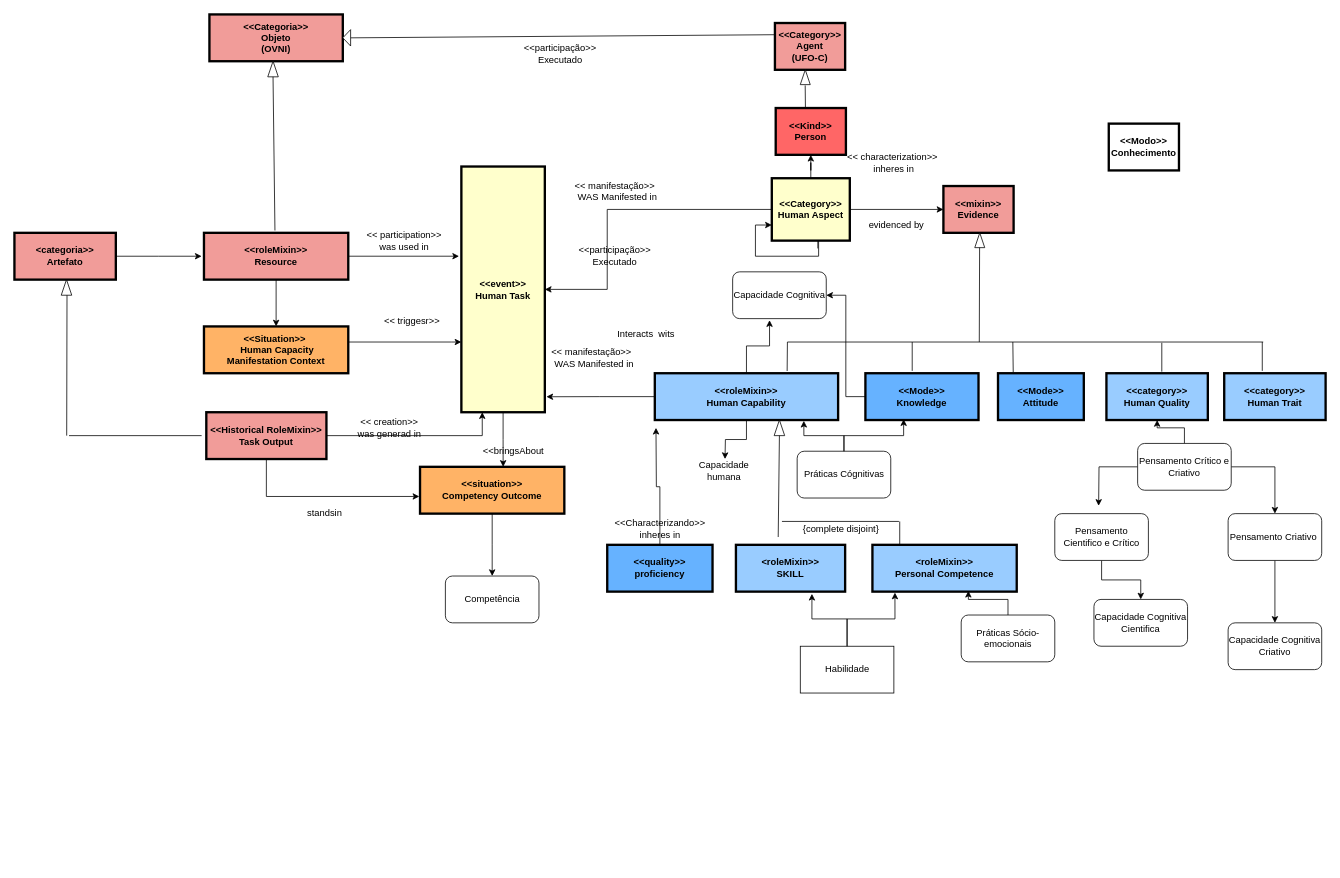
The draw.io diagram Ontologia de Competencias.drawio in RosianeSangali/RosianeSangali, before the edit. Source tidied: cells renumbered, new cells numbered last; positions are measured from the earlier drawing's top-left corner, leaving out a move shared by most shapes. Both pictures are drawn from the tidied source at 78%, with x=0, y=0 at pixel (14, 14).
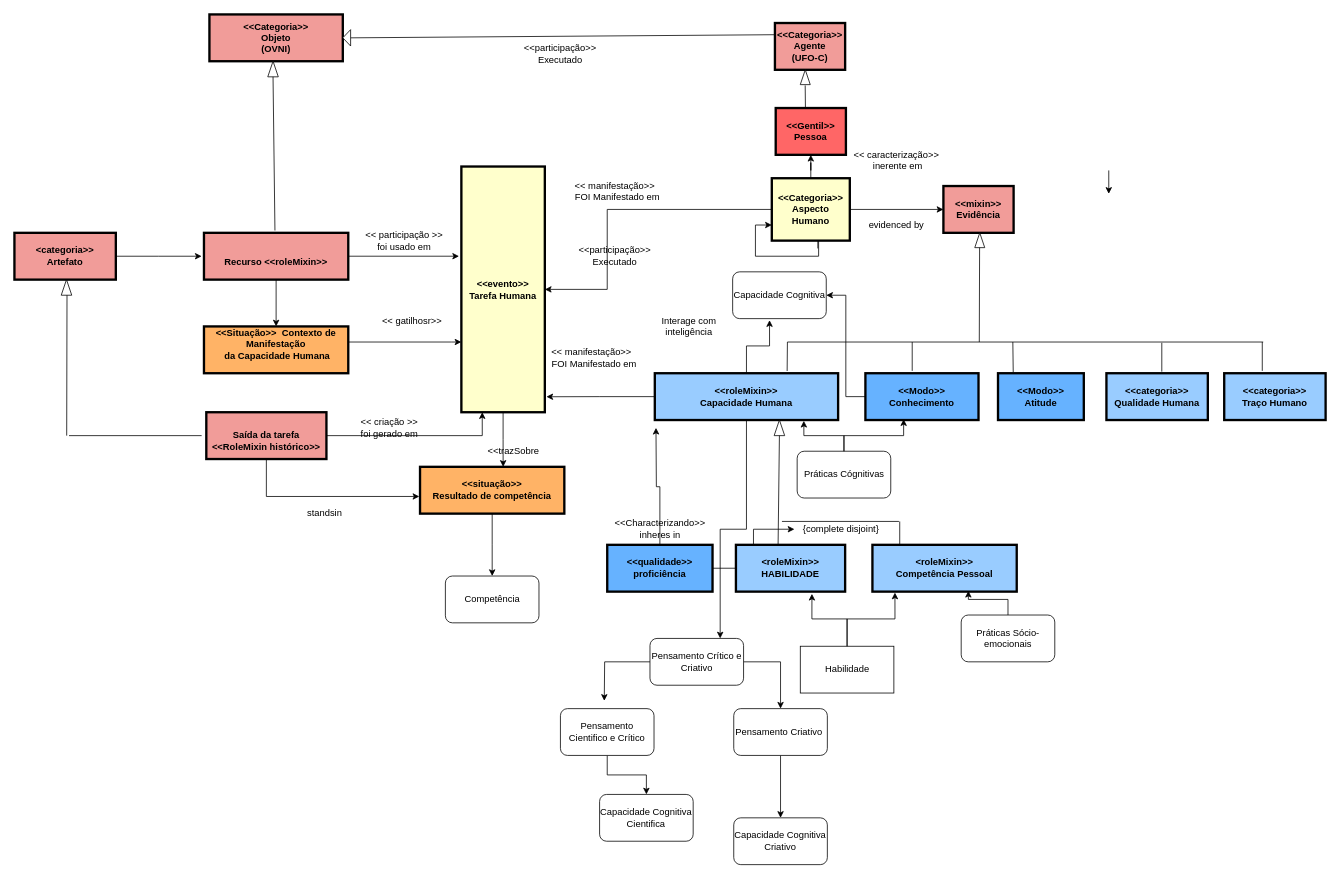
After the change.

The change refers to these unchanged cells:
```xml
<mxCell id="44" style="triangle;whiteSpace=wrap;html=1;direction=north;" parent="1" vertex="1">
  <mxGeometry x="974" y="520" width="13.5" height="20" as="geometry" />
</mxCell>
<mxCell id="56" value="{complete disjoint}" style="text;html=1;align=center;verticalAlign=middle;whiteSpace=wrap;rounded=0;" parent="1" vertex="1">
  <mxGeometry x="1000" y="640" width="120" height="40" as="geometry" />
</mxCell>
```

Diff of the diagram source:
```diff
@@
-    <mxCell id="2" value="&lt;&lt;event&gt;&gt;&#10;Human Task" style="whiteSpace=wrap;align=center;verticalAlign=middle;fontStyle=1;strokeWidth=3;fillColor=#FFFFCC;" parent="1" vertex="1">
+    <mxCell id="2" value="&lt;&lt;evento&gt;&gt; &#10;Tarefa Humana" style="whiteSpace=wrap;align=center;verticalAlign=middle;fontStyle=1;strokeWidth=3;fillColor=#FFFFCC;" parent="1" vertex="1">
       <mxGeometry x="573" y="195" width="107" height="315" as="geometry" />
     </mxCell>
@@
-    <mxCell id="4" value="&lt;&lt;Category&gt;&gt; &#10;Agent&#10;(UFO-C)" style="whiteSpace=wrap;align=center;verticalAlign=middle;fontStyle=1;strokeWidth=3;fillColor=#F19C99;" parent="1" vertex="1">
+    <mxCell id="4" value="&lt;&lt;Categoria&gt;&gt; &#10;Agente &#10;(UFO-C)" style="whiteSpace=wrap;align=center;verticalAlign=middle;fontStyle=1;strokeWidth=3;fillColor=#F19C99;" parent="1" vertex="1">
       <mxGeometry x="975" y="11" width="90" height="60" as="geometry" />
     </mxCell>
@@
-    <mxCell id="7" value="&lt;&lt;Kind&gt;&gt;&#10;Person" style="whiteSpace=wrap;align=center;verticalAlign=middle;fontStyle=1;strokeWidth=3;fillColor=#FF6666;" parent="1" vertex="1">
+    <mxCell id="7" value="&lt;&lt;Gentil&gt;&gt; &#10;Pessoa" style="whiteSpace=wrap;align=center;verticalAlign=middle;fontStyle=1;strokeWidth=3;fillColor=#FF6666;" parent="1" vertex="1">
       <mxGeometry x="976" y="120" width="90" height="60" as="geometry" />
     </mxCell>
@@
-    <mxCell id="12" value="&lt;&lt;Category&gt;&gt;&#10;Human Aspect" style="whiteSpace=wrap;align=center;verticalAlign=middle;fontStyle=1;strokeWidth=3;fillColor=#FFFFCC;" parent="1" vertex="1">
+    <mxCell id="12" value="&lt;&lt;Categoria&gt;&gt; &#10;Aspecto Humano" style="whiteSpace=wrap;align=center;verticalAlign=middle;fontStyle=1;strokeWidth=3;fillColor=#FFFFCC;" parent="1" vertex="1">
       <mxGeometry x="971" y="210" width="100" height="80" as="geometry" />
     </mxCell>
-    <mxCell id="13" value="&lt;&lt;mixin&gt;&gt;&#10;Evidence" style="whiteSpace=wrap;align=center;verticalAlign=middle;fontStyle=1;strokeWidth=3;fillColor=#F19C99;" parent="1" vertex="1">
+    <mxCell id="13" value="&lt;&lt;mixin&gt;&gt; &#10;Evidência" style="whiteSpace=wrap;align=center;verticalAlign=middle;fontStyle=1;strokeWidth=3;fillColor=#F19C99;" parent="1" vertex="1">
       <mxGeometry x="1191" y="220" width="90" height="60" as="geometry" />
     </mxCell>
@@
-    <mxCell id="15" style="edgeStyle=orthogonalEdgeStyle;rounded=0;jettySize=auto;html=1;" parent="1" edge="1" source="16">
-      <mxGeometry relative="1" as="geometry">
-        <mxPoint x="911" y="570" as="targetPoint" />
-      </mxGeometry>
+    <mxCell id="15" style="edgeStyle=orthogonalEdgeStyle;rounded=0;jettySize=auto;html=1;entryX=0.75;entryY=0;entryDx=0;entryDy=0;" parent="1" edge="1" source="16" target="85">
+      <mxGeometry relative="1" as="geometry" />
     </mxCell>
-    <mxCell id="16" value="&lt;&lt;roleMixin&gt;&gt;&#10;Human Capability" style="whiteSpace=wrap;align=center;verticalAlign=middle;fontStyle=1;strokeWidth=3;fillColor=#99CCFF;" parent="1" vertex="1">
+    <mxCell id="16" value="&lt;&lt;roleMixin&gt;&gt; &#10;Capacidade Humana" style="whiteSpace=wrap;align=center;verticalAlign=middle;fontStyle=1;strokeWidth=3;fillColor=#99CCFF;" parent="1" vertex="1">
       <mxGeometry x="821" y="460" width="235" height="60" as="geometry" />
     </mxCell>
@@
-    <mxCell id="18" value="&lt;&lt;Mode&gt;&gt;&#10;Knowledge" style="whiteSpace=wrap;align=center;verticalAlign=middle;fontStyle=1;strokeWidth=3;fillColor=#66B2FF;" parent="1" vertex="1">
+    <mxCell id="18" value="&lt;&lt;Modo&gt;&gt; &#10;Conhecimento" style="whiteSpace=wrap;align=center;verticalAlign=middle;fontStyle=1;strokeWidth=3;fillColor=#66B2FF;" parent="1" vertex="1">
       <mxGeometry x="1091" y="460" width="145" height="60" as="geometry" />
     </mxCell>
-    <mxCell id="19" value="&lt;&lt;Mode&gt;&gt;&#10;Attitude" style="whiteSpace=wrap;align=center;verticalAlign=middle;fontStyle=1;strokeWidth=3;fillColor=#66B2FF;" parent="1" vertex="1">
+    <mxCell id="19" value="&lt;&lt;Modo&gt;&gt; &#10;Atitude" style="whiteSpace=wrap;align=center;verticalAlign=middle;fontStyle=1;strokeWidth=3;fillColor=#66B2FF;" parent="1" vertex="1">
       <mxGeometry x="1261" y="460" width="110" height="60" as="geometry" />
     </mxCell>
-    <mxCell id="20" value="&lt;&lt;category&gt;&gt;&#10;Human Quality" style="whiteSpace=wrap;align=center;verticalAlign=middle;fontStyle=1;strokeWidth=3;fillColor=#99CCFF;" parent="1" vertex="1">
+    <mxCell id="20" value="&lt;&lt;categoria&gt;&gt; &#10;Qualidade Humana" style="whiteSpace=wrap;align=center;verticalAlign=middle;fontStyle=1;strokeWidth=3;fillColor=#99CCFF;" parent="1" vertex="1">
       <mxGeometry x="1400" y="460" width="130" height="60" as="geometry" />
     </mxCell>
-    <mxCell id="21" value="&lt;&lt;category&gt;&gt;&#10;Human Trait" style="whiteSpace=wrap;align=center;verticalAlign=middle;fontStyle=1;strokeWidth=3;fillColor=#99CCFF;" parent="1" vertex="1">
+    <mxCell id="21" value="&lt;&lt;categoria&gt;&gt; &#10;Traço Humano" style="whiteSpace=wrap;align=center;verticalAlign=middle;fontStyle=1;strokeWidth=3;fillColor=#99CCFF;" parent="1" vertex="1">
       <mxGeometry x="1551" y="460" width="130" height="60" as="geometry" />
     </mxCell>
@@
+    <mxCell id="95" style="edgeStyle=orthogonalEdgeStyle;rounded=0;jettySize=auto;html=1;" parent="1" edge="1" source="23" target="56">
+      <mxGeometry relative="1" as="geometry" />
+    </mxCell>
-    <mxCell id="23" value="&lt;&lt;quality&gt;&gt;&#10;proficiency" style="whiteSpace=wrap;align=center;verticalAlign=middle;fontStyle=1;strokeWidth=3;fillColor=#66B2FF;" parent="1" vertex="1">
+    <mxCell id="23" value="&lt;&lt;qualidade&gt;&gt; &#10;proficiência" style="whiteSpace=wrap;align=center;verticalAlign=middle;fontStyle=1;strokeWidth=3;fillColor=#66B2FF;" parent="1" vertex="1">
       <mxGeometry x="760" y="680" width="135" height="60" as="geometry" />
     </mxCell>
-    <mxCell id="24" value="&lt;roleMixin&gt;&gt;&#10;SKILL" style="whiteSpace=wrap;align=center;verticalAlign=middle;fontStyle=1;strokeWidth=3;fillColor=#99CCFF;" parent="1" vertex="1">
+    <mxCell id="24" value="&lt;roleMixin&gt;&gt; &#10;HABILIDADE" style="whiteSpace=wrap;align=center;verticalAlign=middle;fontStyle=1;strokeWidth=3;fillColor=#99CCFF;" parent="1" vertex="1">
       <mxGeometry x="925" y="680" width="140" height="60" as="geometry" />
     </mxCell>
-    <mxCell id="25" value="&lt;roleMixin&gt;&gt;&#10;Personal Competence" style="whiteSpace=wrap;align=center;verticalAlign=middle;fontStyle=1;strokeWidth=3;fillColor=#99CCFF;" parent="1" vertex="1">
+    <mxCell id="25" value="&lt;roleMixin&gt;&gt; &#10;Competência Pessoal" style="whiteSpace=wrap;align=center;verticalAlign=middle;fontStyle=1;strokeWidth=3;fillColor=#99CCFF;" parent="1" vertex="1">
       <mxGeometry x="1100" y="680" width="185" height="60" as="geometry" />
     </mxCell>
@@
-    <mxCell id="27" value="&lt;&lt;situation&gt;&gt;&#10;Competency Outcome" style="whiteSpace=wrap;align=center;verticalAlign=middle;fontStyle=1;strokeWidth=3;fillColor=#FFB366;" parent="1" vertex="1">
+    <mxCell id="27" value="&lt;&lt;situação&gt;&gt; &#10;Resultado de competência" style="whiteSpace=wrap;align=center;verticalAlign=middle;fontStyle=1;strokeWidth=3;fillColor=#FFB366;" parent="1" vertex="1">
       <mxGeometry x="520" y="580" width="185" height="60" as="geometry" />
     </mxCell>
@@
-    <mxCell id="29" value="&lt;&lt;Historical RoleMixin&gt;&gt;&#10;Task Output" style="whiteSpace=wrap;align=center;verticalAlign=middle;fontStyle=1;strokeWidth=3;fillColor=#F19C99;" parent="1" vertex="1">
+    <mxCell id="29" value="&#10;Saída da tarefa &lt;&lt;RoleMixin histórico&gt;&gt;" style="whiteSpace=wrap;align=center;verticalAlign=middle;fontStyle=1;strokeWidth=3;fillColor=#F19C99;" parent="1" vertex="1">
       <mxGeometry x="246" y="510" width="154" height="60" as="geometry" />
     </mxCell>
@@
-    <mxCell id="31" value="&lt;&lt;roleMixin&gt;&gt;&#10;Resource" style="whiteSpace=wrap;align=center;verticalAlign=middle;fontStyle=1;strokeWidth=3;fillColor=#F19C99;" parent="1" vertex="1">
+    <mxCell id="31" value="&#10;Recurso &lt;&lt;roleMixin&gt;&gt;" style="whiteSpace=wrap;align=center;verticalAlign=middle;fontStyle=1;strokeWidth=3;fillColor=#F19C99;" parent="1" vertex="1">
       <mxGeometry x="243" y="280" width="185" height="60" as="geometry" />
     </mxCell>
@@
-    <mxCell id="33" value="&lt;&lt;Situation&gt;&gt; &#10; Human Capacity&#10;Manifestation Context" style="whiteSpace=wrap;align=center;verticalAlign=middle;fontStyle=1;strokeWidth=3;fillColor=#FFB366;" parent="1" vertex="1">
+    <mxCell id="33" value="&lt;&lt;Situação&gt;&gt;  Contexto de Manifestação &#10; da Capacidade Humana&#10;" style="whiteSpace=wrap;align=center;verticalAlign=middle;fontStyle=1;strokeWidth=3;fillColor=#FFB366;" parent="1" vertex="1">
       <mxGeometry x="243" y="400" width="185" height="60" as="geometry" />
     </mxCell>
@@
-    <mxCell id="45" style="endArrow=none;html=1;rounded=0;entryX=0;entryY=0.5;entryDx=0;entryDy=0;" parent="1" edge="1" target="44">
-      <mxGeometry relative="1" as="geometry">
-        <mxPoint x="979.2" y="670" as="sourcePoint" />
-      </mxGeometry>
+    <mxCell id="45" style="endArrow=none;html=1;rounded=0;entryX=0;entryY=0.5;entryDx=0;entryDy=0;exitX=0.386;exitY=0.017;exitDx=0;exitDy=0;exitPerimeter=0;" parent="1" edge="1" source="24" target="44">
+      <mxGeometry relative="1" as="geometry" />
     </mxCell>
-    <mxCell id="46" value="&lt;&lt;Modo&gt;&gt; &#10;Conhecimento" style="whiteSpace=wrap;align=center;verticalAlign=middle;fontStyle=1;strokeWidth=3;fillColor=none;" parent="1" vertex="1">
-      <mxGeometry x="1403" y="140" width="90" height="60" as="geometry" />
-    </mxCell>
+    <mxCell id="96" style="edgeStyle=orthogonalEdgeStyle;rounded=0;orthogonalLoop=1;jettySize=auto;html=1;exitX=0;exitY=1;exitDx=0;exitDy=0;" parent="1" edge="1">
+      <mxGeometry relative="1" as="geometry">
+        <mxPoint x="1403" y="200" as="sourcePoint" />
+        <mxPoint x="1403" y="230" as="targetPoint" />
+      </mxGeometry>
+    </mxCell>
@@
-    <mxCell id="48" value="&amp;lt;&amp;lt; manifestação&amp;gt;&amp;gt;&lt;div&gt;&amp;nbsp; WAS Manifested in&lt;/div&gt;" style="text;html=1;align=center;verticalAlign=middle;whiteSpace=wrap;rounded=0;" parent="1" vertex="1">
+    <mxCell id="48" value="&amp;lt;&amp;lt; manifestação&amp;gt;&amp;gt;&lt;div&gt;&amp;nbsp; FOI Manifestado em&lt;/div&gt;" style="text;html=1;align=center;verticalAlign=middle;whiteSpace=wrap;rounded=0;" parent="1" vertex="1">
       <mxGeometry x="710" y="207" width="120" height="40" as="geometry" />
     </mxCell>
@@
-    <mxCell id="50" value="Interacts&amp;nbsp; wits" style="text;html=1;align=center;verticalAlign=middle;whiteSpace=wrap;rounded=0;" parent="1" vertex="1">
-      <mxGeometry x="750" y="390" width="120" height="40" as="geometry" />
+    <mxCell id="50" value="Interage com inteligência" style="text;html=1;align=center;verticalAlign=middle;whiteSpace=wrap;rounded=0;" parent="1" vertex="1">
+      <mxGeometry x="805" y="380" width="120" height="40" as="geometry" />
     </mxCell>
-    <mxCell id="51" value="&amp;lt;&amp;lt; manifestação&amp;gt;&amp;gt;&lt;div&gt;&amp;nbsp; WAS Manifested in&lt;/div&gt;" style="text;html=1;align=center;verticalAlign=middle;whiteSpace=wrap;rounded=0;" parent="1" vertex="1">
+    <mxCell id="51" value="&amp;lt;&amp;lt; manifestação&amp;gt;&amp;gt;&lt;div&gt;&amp;nbsp; FOI Manifestado em&lt;/div&gt;" style="text;html=1;align=center;verticalAlign=middle;whiteSpace=wrap;rounded=0;" parent="1" vertex="1">
       <mxGeometry x="680" y="420" width="120" height="40" as="geometry" />
     </mxCell>
-    <mxCell id="52" value="&amp;lt;&amp;lt; characterization&amp;gt;&amp;gt;&lt;div&gt;&amp;nbsp;inheres in&lt;/div&gt;" style="text;html=1;align=center;verticalAlign=middle;whiteSpace=wrap;rounded=0;" parent="1" vertex="1">
-      <mxGeometry x="1066" y="170" width="120" height="40" as="geometry" />
+    <mxCell id="52" value="&amp;lt;&amp;lt; caracterização&amp;gt;&amp;gt;&lt;div&gt;&amp;nbsp;inerente em&lt;/div&gt;" style="text;html=1;align=center;verticalAlign=middle;whiteSpace=wrap;rounded=0;" parent="1" vertex="1">
+      <mxGeometry x="1071" y="167" width="120" height="40" as="geometry" />
     </mxCell>
@@
-    <mxCell id="58" value="&amp;lt;&amp;lt; participation&lt;span style=&quot;background-color: initial;&quot;&gt;&amp;gt;&amp;gt;&lt;/span&gt;&lt;div&gt;was used in&lt;/div&gt;" style="text;html=1;align=center;verticalAlign=middle;whiteSpace=wrap;rounded=0;" parent="1" vertex="1">
+    <mxCell id="58" value="&amp;lt;&amp;lt; participação&lt;span style=&quot;background-color: initial;&quot;&gt; &amp;gt;&amp;gt;&lt;/span&gt;&lt;div&gt;foi usado em&lt;/div&gt;" style="text;html=1;align=center;verticalAlign=middle;whiteSpace=wrap;rounded=0;" parent="1" vertex="1">
       <mxGeometry x="440" y="270" width="120" height="40" as="geometry" />
     </mxCell>
-    <mxCell id="59" value="&amp;lt;&amp;lt; triggesr&amp;gt;&amp;gt;&lt;div&gt;&amp;nbsp;&amp;nbsp;&lt;/div&gt;" style="text;html=1;align=center;verticalAlign=middle;whiteSpace=wrap;rounded=0;" parent="1" vertex="1">
+    <mxCell id="59" value="&amp;lt;&amp;lt; gatilhosr&amp;gt;&amp;gt;&lt;div&gt;&amp;nbsp;&amp;nbsp;&lt;/div&gt;" style="text;html=1;align=center;verticalAlign=middle;whiteSpace=wrap;rounded=0;" parent="1" vertex="1">
       <mxGeometry x="450" y="380" width="120" height="40" as="geometry" />
     </mxCell>
-    <mxCell id="60" value="&amp;lt;&amp;lt; creation&amp;gt;&amp;gt;&lt;div&gt;was generad in&lt;/div&gt;" style="text;html=1;align=center;verticalAlign=middle;whiteSpace=wrap;rounded=0;" parent="1" vertex="1">
+    <mxCell id="60" value="&amp;lt;&amp;lt; criação &amp;gt;&amp;gt;&lt;div&gt;foi gerado em&lt;/div&gt;" style="text;html=1;align=center;verticalAlign=middle;whiteSpace=wrap;rounded=0;" parent="1" vertex="1">
       <mxGeometry x="421" y="510" width="120" height="40" as="geometry" />
     </mxCell>
@@
-    <mxCell id="62" value="&amp;lt;&amp;lt;bringsAbout" style="text;html=1;align=center;verticalAlign=middle;whiteSpace=wrap;rounded=0;" parent="1" vertex="1">
+    <mxCell id="62" value="&amp;lt;&amp;lt;trazSobre" style="text;html=1;align=center;verticalAlign=middle;whiteSpace=wrap;rounded=0;" parent="1" vertex="1">
       <mxGeometry x="580" y="540" width="120" height="40" as="geometry" />
     </mxCell>
@@
-    <mxCell id="82" style="edgeStyle=orthogonalEdgeStyle;rounded=0;jettySize=auto;html=1;" parent="1" edge="1" source="85" target="20">
-      <mxGeometry relative="1" as="geometry" />
-    </mxCell>
     <mxCell id="83" style="edgeStyle=orthogonalEdgeStyle;rounded=0;jettySize=auto;html=1;" parent="1" edge="1" source="85">
       <mxGeometry relative="1" as="geometry">
-        <mxPoint x="1390" y="630" as="targetPoint" />
+        <mxPoint x="756.2" y="880" as="targetPoint" />
       </mxGeometry>
     </mxCell>
@@
     <mxCell id="85" value="Pensamento Crítico e Criativo" style="rounded=1;whiteSpace=wrap;html=1;" parent="1" vertex="1">
-      <mxGeometry x="1440" y="550" width="120" height="60" as="geometry" />
+      <mxGeometry x="814.8" y="800" width="120" height="60" as="geometry" />
     </mxCell>
@@
     <mxCell id="87" value="Pensamento Criativo&amp;nbsp;" style="rounded=1;whiteSpace=wrap;html=1;" parent="1" vertex="1">
-      <mxGeometry x="1556" y="640" width="120" height="60" as="geometry" />
+      <mxGeometry x="922.2" y="890" width="120" height="60" as="geometry" />
     </mxCell>
@@
     <mxCell id="89" value="Pensamento Cientifico e Crítico" style="rounded=1;whiteSpace=wrap;html=1;" parent="1" vertex="1">
-      <mxGeometry x="1333.8" y="640" width="120" height="60" as="geometry" />
+      <mxGeometry x="700" y="890" width="120" height="60" as="geometry" />
     </mxCell>
     <mxCell id="90" value="Capacidade Cognitiva Cientifica" style="whiteSpace=wrap;html=1;rounded=1;" parent="1" vertex="1">
-      <mxGeometry x="1384" y="750" width="120" height="60" as="geometry" />
+      <mxGeometry x="750.2" y="1000" width="120" height="60" as="geometry" />
     </mxCell>
     <mxCell id="91" value="Capacidade Cognitiva Criativo" style="whiteSpace=wrap;html=1;rounded=1;" parent="1" vertex="1">
-      <mxGeometry x="1556" y="780" width="120" height="60" as="geometry" />
+      <mxGeometry x="922.2" y="1030" width="120" height="60" as="geometry" />
     </mxCell>
-    <mxCell id="92" value="Capacidade humana" style="text;html=1;align=center;verticalAlign=middle;whiteSpace=wrap;rounded=0;" parent="1" vertex="1">
-      <mxGeometry x="880" y="570" width="60" height="30" as="geometry" />
-    </mxCell>
```
